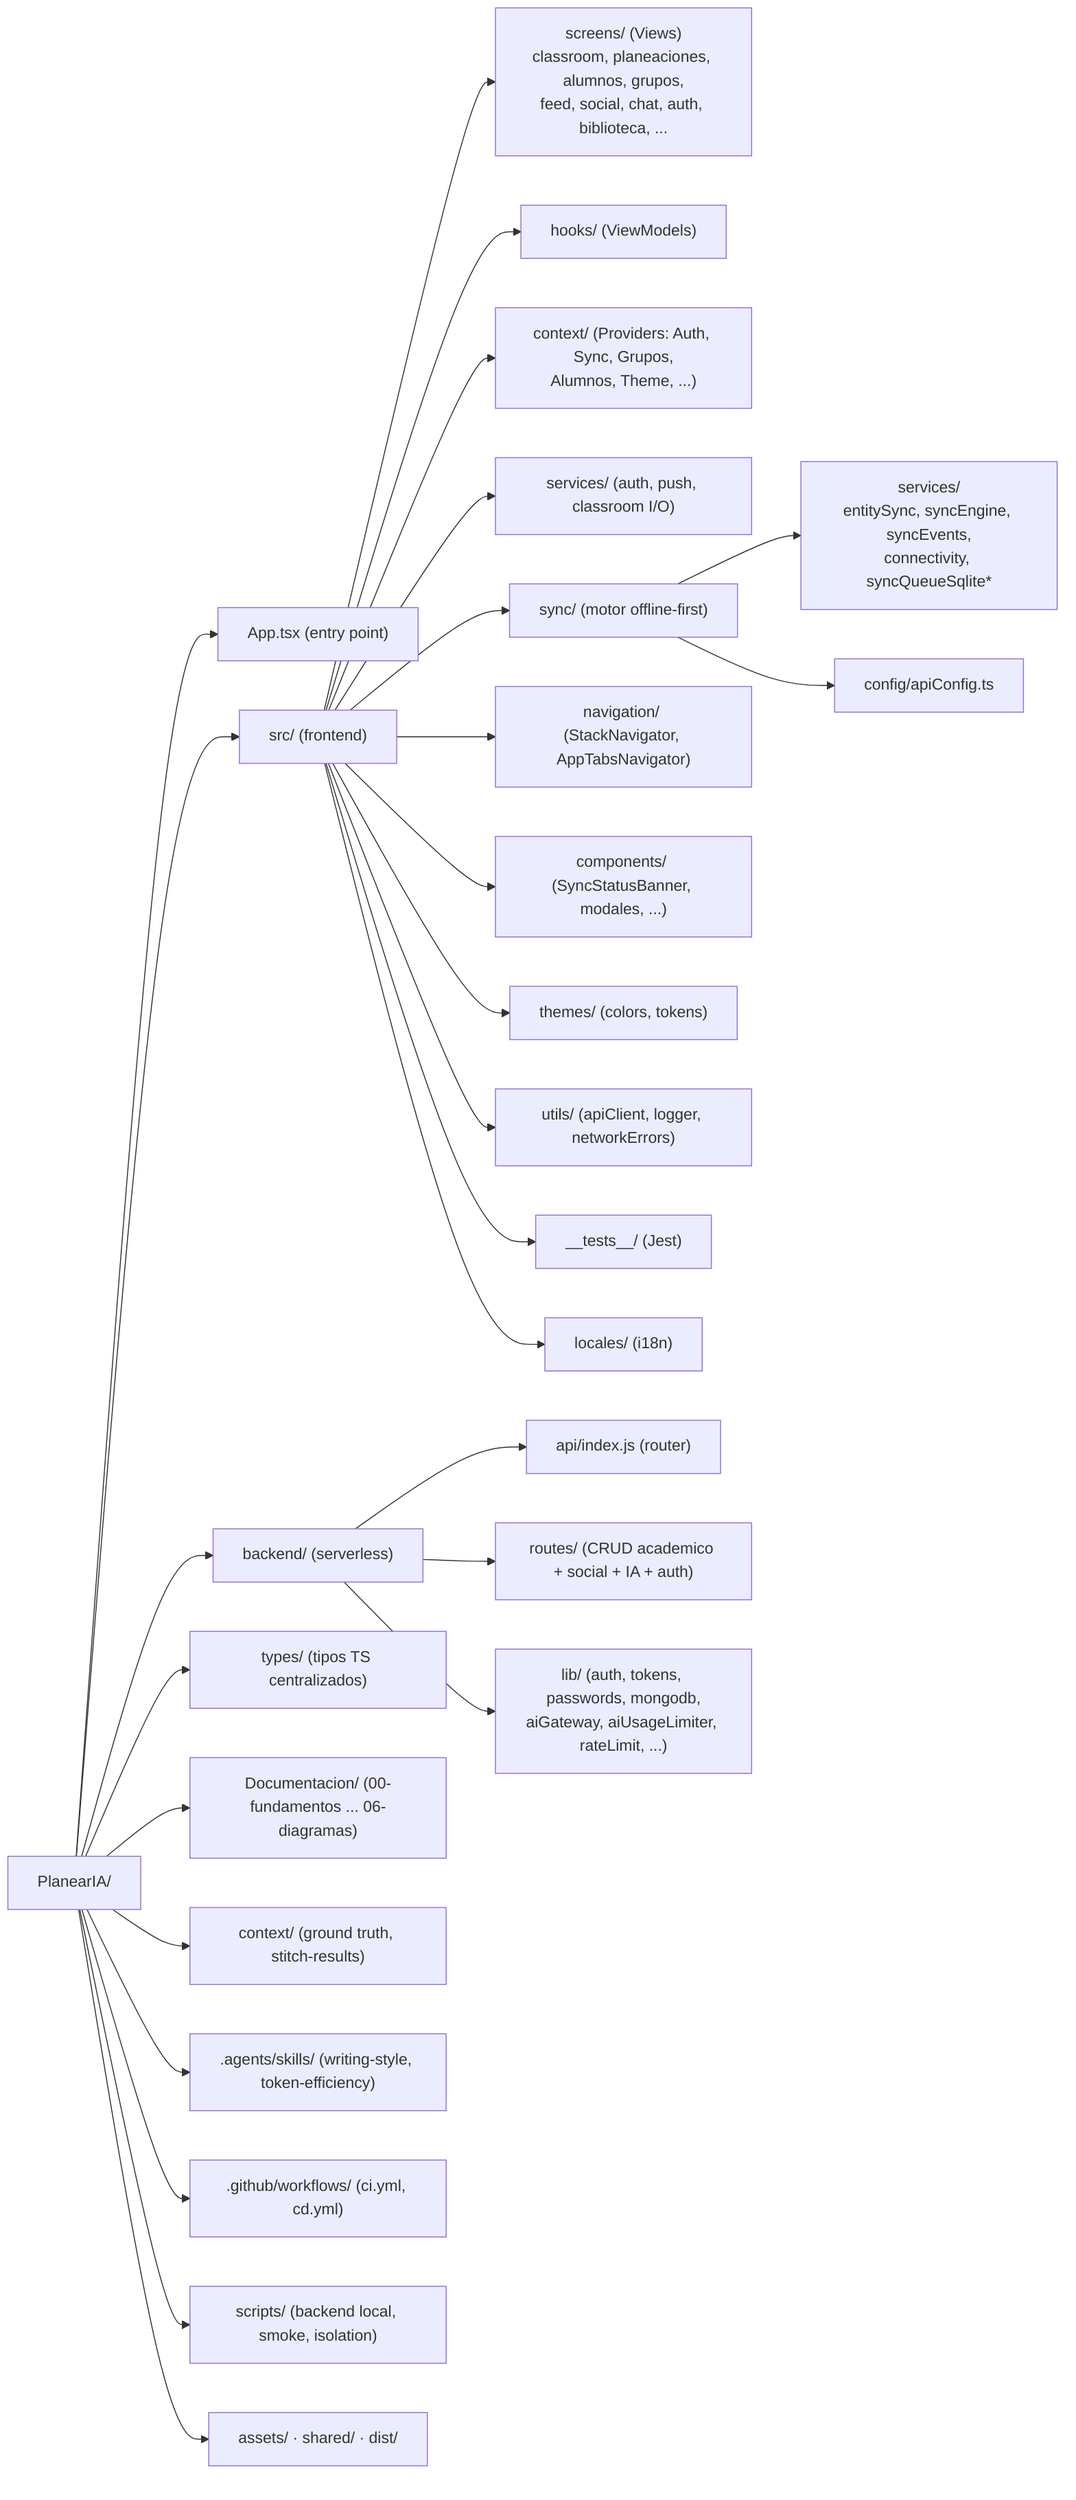
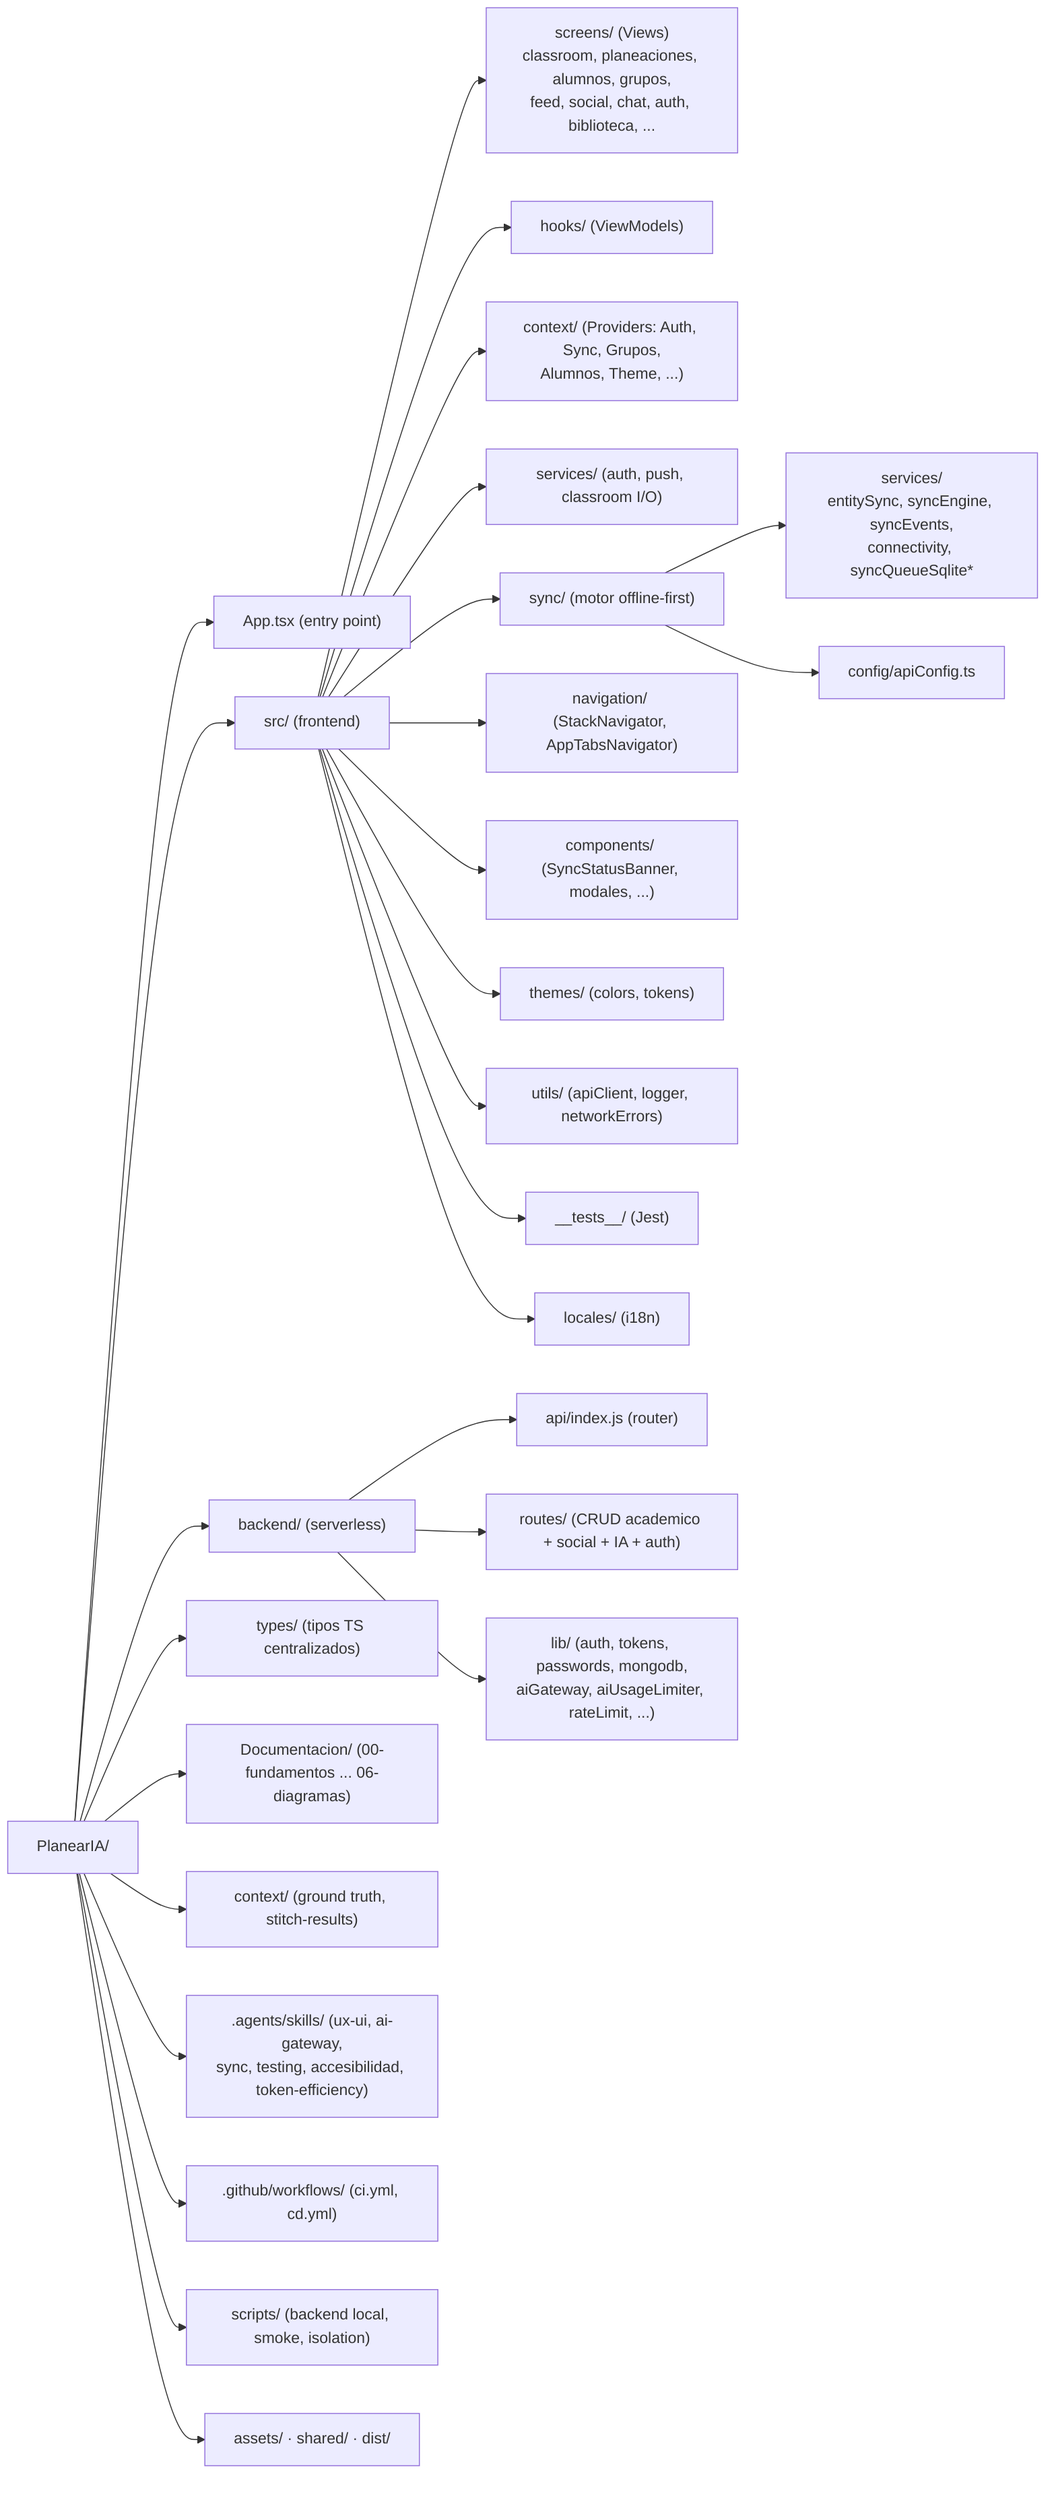
%% Estructura de carpetas del repositorio - PlanearIA
flowchart LR
    root["PlanearIA/"]

    root --> appentry["App.tsx (entry point)"]
    root --> src["src/ (frontend)"]
    root --> backend["backend/ (serverless)"]
    root --> types["types/ (tipos TS centralizados)"]
    root --> doc["Documentacion/ (00-fundamentos ... 06-diagramas)"]
    root --> ctx["context/ (ground truth, stitch-results)"]
-     root --> agents[".agents/skills/ (writing-style, token-efficiency)"]
+     root --> agents[".agents/skills/ (ux-ui, ai-gateway,<br/>sync, testing, accesibilidad, token-efficiency)"]
    root --> gh[".github/workflows/ (ci.yml, cd.yml)"]
    root --> scripts["scripts/ (backend local, smoke, isolation)"]
    root --> assets["assets/  ·  shared/  ·  dist/"]

    src --> screens["screens/ (Views)<br/>classroom, planeaciones, alumnos, grupos,<br/>feed, social, chat, auth, biblioteca, ..."]
    src --> hooks["hooks/ (ViewModels)"]
    src --> context["context/ (Providers: Auth, Sync, Grupos,<br/>Alumnos, Theme, ...)"]
    src --> services["services/ (auth, push, classroom I/O)"]
    src --> sync["sync/ (motor offline-first)"]
    src --> nav["navigation/ (StackNavigator, AppTabsNavigator)"]
    src --> components["components/ (SyncStatusBanner, modales, ...)"]
    src --> themes["themes/ (colors, tokens)"]
    src --> utils["utils/ (apiClient, logger, networkErrors)"]
    src --> tests["__tests__/ (Jest)"]
    src --> locales["locales/ (i18n)"]

    sync --> syncsvc["services/<br/>entitySync, syncEngine, syncEvents,<br/>connectivity, syncQueueSqlite*"]
    sync --> synccfg["config/apiConfig.ts"]

    backend --> api["api/index.js (router)"]
    backend --> broutes["routes/ (CRUD academico + social + IA + auth)"]
    backend --> blib["lib/ (auth, tokens, passwords, mongodb,<br/>aiGateway, aiUsageLimiter, rateLimit, ...)"]
